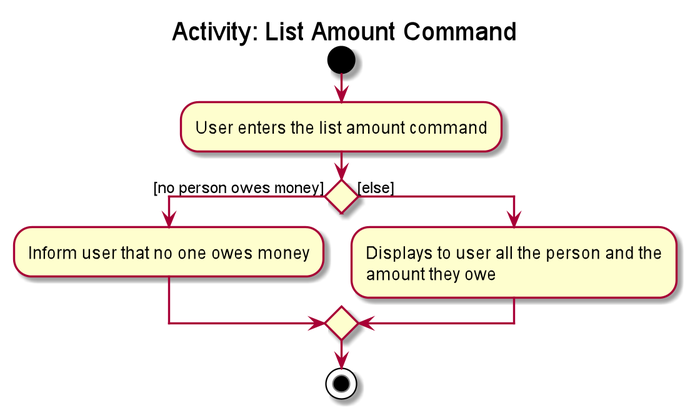
Above: images/ExpenseSplitterListAmountCommandActivityDiagram.png in AY1920S2-CS2103T-W13-1/main (PlantUML), before the change.
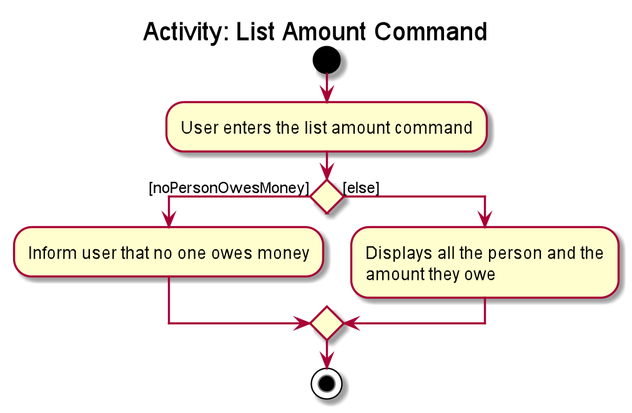
Above is the later version.

What changed in the source:
```diff
@@ -4,10 +4,10 @@
 start
 :User enters the list amount command;
 
-if () then ([no person owes money])
+if () then ([noPersonOwesMoney])
     :Inform user that no one owes money;
 else ([else])
-    :Displays to user all the person and the
+    :Displays all the person and the
     amount they owe;
 
 endif
```
